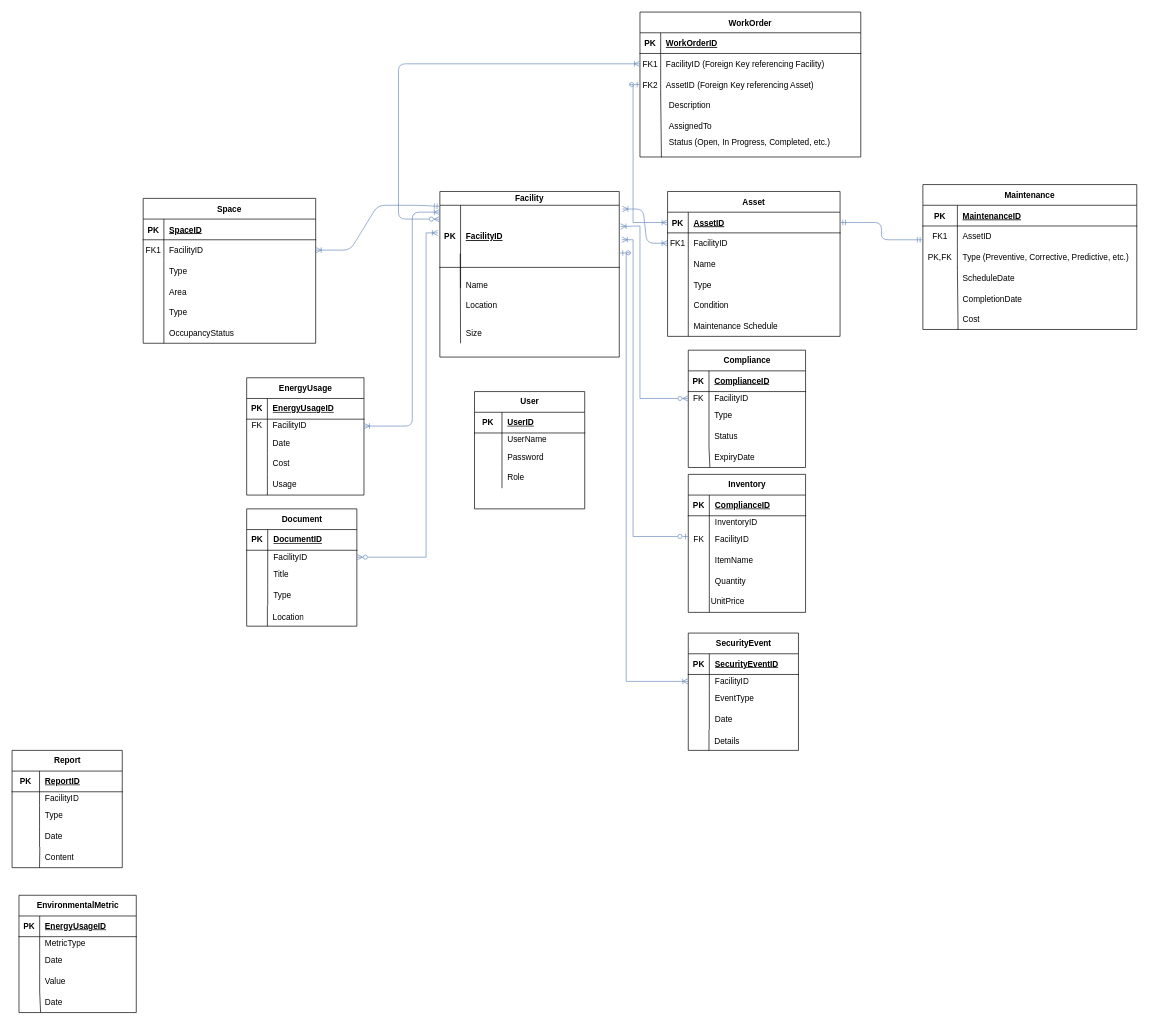
Above: Untitled Diagram.drawio in WaffleWallet14/SchemaERD (draw.io), before the change. Source tidied: cells renumbered, new cells numbered last; positions are measured from the earlier drawing's top-left corner, leaving out a move shared by most shapes. Both pictures are drawn from the tidied source at 69%, with x=0, y=0 at pixel (12, 12).
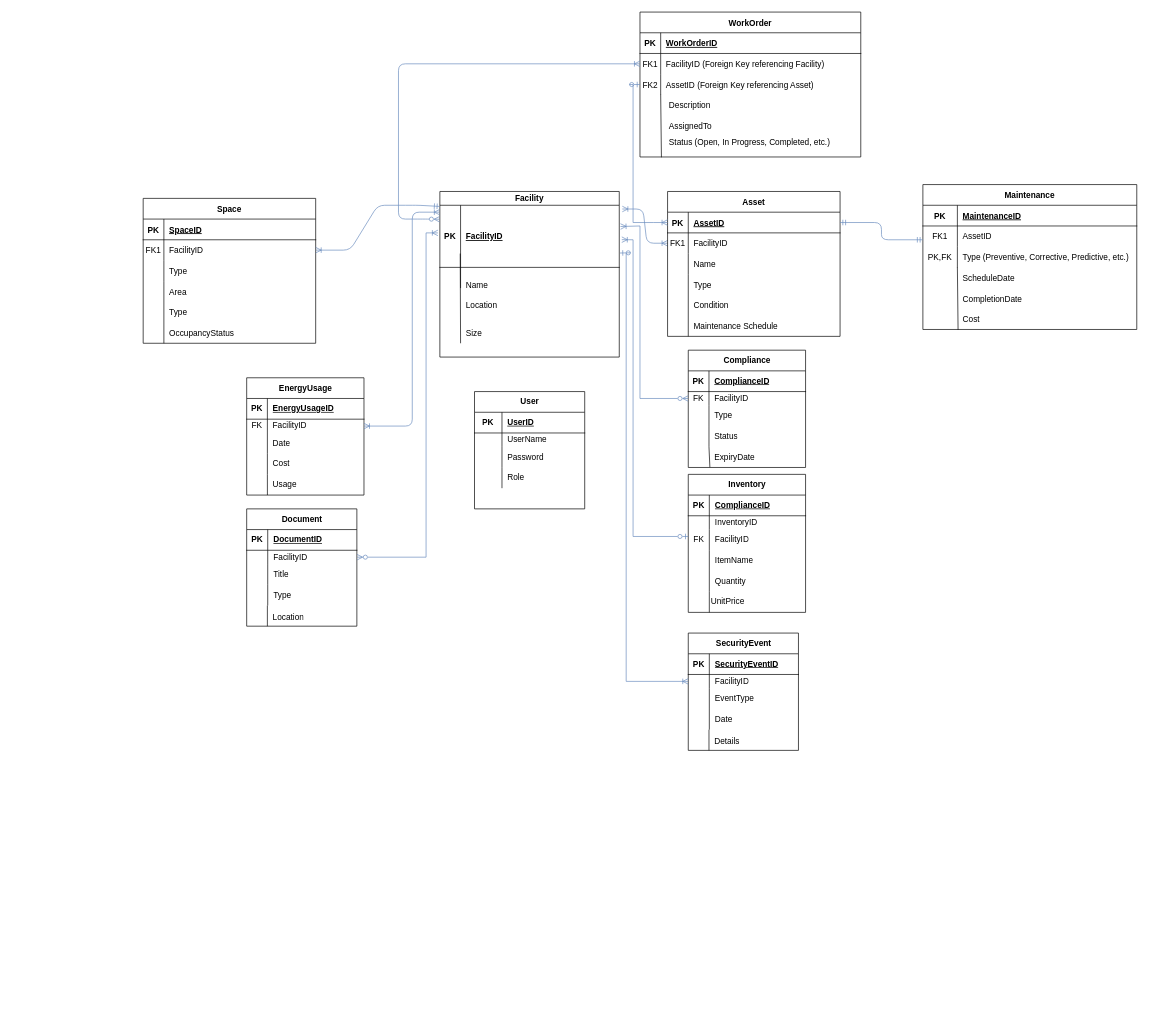
The same diagram, later.

Diff of the diagram source:
```diff
@@
-    <mxCell id="150" style="group;" parent="1" vertex="1">
-      <mxGeometry y="1070" width="169" height="170" as="geometry" />
-    </mxCell>
-    <mxCell id="151" value="Report" style="shape=table;startSize=30;childLayout=tableLayout;rowLines=0;fontStyle=1;align=center;html=1;" parent="150" vertex="1">
-      <mxGeometry width="159.7" height="170" as="geometry" />
-    </mxCell>
-    <mxCell id="152" style="shape=tableRow;horizontal=0;startSize=0;swimlaneHead=0;swimlaneBody=0;fillColor=none;top=0;left=0;right=0;bottom=1;" parent="151" vertex="1">
-      <mxGeometry y="30" width="159.7" height="30" as="geometry" />
-    </mxCell>
-    <mxCell id="153" value="PK" style="shape=partialRectangle;fillColor=none;top=0;left=0;bottom=0;right=0;fontStyle=1;overflow=hidden;whiteSpace=wrap;html=1;" parent="152" vertex="1">
-      <mxGeometry width="39.8" height="30" as="geometry" />
-    </mxCell>
-    <mxCell id="154" value="ReportID " style="shape=partialRectangle;fillColor=none;top=0;left=0;bottom=0;right=0;align=left;spacingLeft=6;fontStyle=5;overflow=hidden;whiteSpace=wrap;html=1;" parent="152" vertex="1">
-      <mxGeometry x="39.8" width="119.8" height="30" as="geometry" />
-    </mxCell>
-    <mxCell id="155" style="shape=tableRow;horizontal=0;startSize=0;swimlaneHead=0;swimlaneBody=0;fillColor=none;top=0;left=0;right=0;bottom=0;" parent="151" vertex="1">
-      <mxGeometry y="60" width="159.7" height="20" as="geometry" />
-    </mxCell>
-    <mxCell id="156" style="shape=partialRectangle;fillColor=none;top=0;left=0;bottom=0;right=0;overflow=hidden;whiteSpace=wrap;html=1;" parent="155" vertex="1">
-      <mxGeometry width="39.8" height="20" as="geometry" />
-    </mxCell>
-    <mxCell id="157" value="FacilityID " style="shape=partialRectangle;fillColor=none;top=0;left=0;bottom=0;right=0;align=left;spacingLeft=6;overflow=hidden;whiteSpace=wrap;html=1;" parent="155" vertex="1">
-      <mxGeometry x="39.8" width="119.8" height="20" as="geometry" />
-    </mxCell>
-    <mxCell id="158" style="shape=tableRow;horizontal=0;startSize=0;swimlaneHead=0;swimlaneBody=0;fillColor=none;top=0;left=0;right=0;bottom=0;" parent="151" vertex="1">
-      <mxGeometry y="80" width="159.7" height="30" as="geometry" />
-    </mxCell>
-    <mxCell id="159" style="shape=partialRectangle;fillColor=none;top=0;left=0;bottom=0;right=0;overflow=hidden;whiteSpace=wrap;html=1;" parent="158" vertex="1">
-      <mxGeometry width="39.8" height="30" as="geometry" />
-    </mxCell>
-    <mxCell id="160" value="Type" style="shape=partialRectangle;fillColor=none;top=0;left=0;bottom=0;right=0;align=left;spacingLeft=6;overflow=hidden;whiteSpace=wrap;html=1;" parent="158" vertex="1">
-      <mxGeometry x="39.8" width="119.8" height="30" as="geometry" />
-    </mxCell>
-    <mxCell id="161" style="shape=tableRow;horizontal=0;startSize=0;swimlaneHead=0;swimlaneBody=0;fillColor=none;top=0;left=0;right=0;bottom=0;" parent="151" vertex="1">
-      <mxGeometry y="110" width="159.7" height="30" as="geometry" />
-    </mxCell>
-    <mxCell id="162" style="shape=partialRectangle;fillColor=none;top=0;left=0;bottom=0;right=0;overflow=hidden;whiteSpace=wrap;html=1;" parent="161" vertex="1">
-      <mxGeometry width="39.8" height="30" as="geometry" />
-    </mxCell>
-    <mxCell id="163" value="Date" style="shape=partialRectangle;fillColor=none;top=0;left=0;bottom=0;right=0;align=left;spacingLeft=6;overflow=hidden;whiteSpace=wrap;html=1;" parent="161" vertex="1">
-      <mxGeometry x="39.8" width="119.8" height="30" as="geometry" />
-    </mxCell>
-    <mxCell id="164" value="Content" style="shape=partialRectangle;fillColor=none;top=0;left=0;bottom=0;right=0;align=left;spacingLeft=6;overflow=hidden;whiteSpace=wrap;html=1;" parent="150" vertex="1">
-      <mxGeometry x="39.8" y="140" width="129.2" height="30" as="geometry" />
-    </mxCell>
-    <mxCell id="165" style="endArrow=none;html=1;rounded=0;" parent="150" edge="1">
-      <mxGeometry relative="1" as="geometry">
-        <mxPoint x="39.8" y="170" as="sourcePoint" />
-        <mxPoint x="40.2" y="140" as="targetPoint" />
-      </mxGeometry>
-    </mxCell>
@@
-    <mxCell id="195" style="group;" parent="1" vertex="1">
-      <mxGeometry x="10" y="1280" width="181" height="170" as="geometry" />
-    </mxCell>
-    <mxCell id="196" value="EnvironmentalMetric" style="shape=table;startSize=30;childLayout=tableLayout;rowLines=0;fontStyle=1;align=center;html=1;" parent="195" vertex="1">
-      <mxGeometry width="170" height="170" as="geometry" />
-    </mxCell>
-    <mxCell id="197" style="shape=tableRow;horizontal=0;startSize=0;swimlaneHead=0;swimlaneBody=0;fillColor=none;top=0;left=0;right=0;bottom=1;" parent="196" vertex="1">
-      <mxGeometry y="30" width="170" height="30" as="geometry" />
-    </mxCell>
-    <mxCell id="198" value="PK" style="shape=partialRectangle;fillColor=none;top=0;left=0;bottom=0;right=0;fontStyle=1;overflow=hidden;whiteSpace=wrap;html=1;" parent="197" vertex="1">
-      <mxGeometry width="30" height="30" as="geometry" />
-    </mxCell>
-    <mxCell id="199" value="EnergyUsageID " style="shape=partialRectangle;fillColor=none;top=0;left=0;bottom=0;right=0;align=left;spacingLeft=6;fontStyle=5;overflow=hidden;whiteSpace=wrap;html=1;" parent="197" vertex="1">
-      <mxGeometry x="30" width="140" height="30" as="geometry" />
-    </mxCell>
-    <mxCell id="200" style="shape=tableRow;horizontal=0;startSize=0;swimlaneHead=0;swimlaneBody=0;fillColor=none;top=0;left=0;right=0;bottom=0;" parent="196" vertex="1">
-      <mxGeometry y="60" width="170" height="20" as="geometry" />
-    </mxCell>
-    <mxCell id="201" style="shape=partialRectangle;fillColor=none;top=0;left=0;bottom=0;right=0;overflow=hidden;whiteSpace=wrap;html=1;" parent="200" vertex="1">
-      <mxGeometry width="30" height="20" as="geometry" />
-    </mxCell>
-    <mxCell id="202" value="MetricType" style="shape=partialRectangle;fillColor=none;top=0;left=0;bottom=0;right=0;align=left;spacingLeft=6;overflow=hidden;whiteSpace=wrap;html=1;" parent="200" vertex="1">
-      <mxGeometry x="30" width="140" height="20" as="geometry" />
-    </mxCell>
-    <mxCell id="203" style="shape=tableRow;horizontal=0;startSize=0;swimlaneHead=0;swimlaneBody=0;fillColor=none;top=0;left=0;right=0;bottom=0;" parent="196" vertex="1">
-      <mxGeometry y="80" width="170" height="30" as="geometry" />
-    </mxCell>
-    <mxCell id="204" style="shape=partialRectangle;fillColor=none;top=0;left=0;bottom=0;right=0;overflow=hidden;whiteSpace=wrap;html=1;" parent="203" vertex="1">
-      <mxGeometry width="30" height="30" as="geometry" />
-    </mxCell>
-    <mxCell id="205" value="Date" style="shape=partialRectangle;fillColor=none;top=0;left=0;bottom=0;right=0;align=left;spacingLeft=6;overflow=hidden;whiteSpace=wrap;html=1;" parent="203" vertex="1">
-      <mxGeometry x="30" width="140" height="30" as="geometry" />
-    </mxCell>
-    <mxCell id="206" style="shape=tableRow;horizontal=0;startSize=0;swimlaneHead=0;swimlaneBody=0;fillColor=none;top=0;left=0;right=0;bottom=0;" parent="196" vertex="1">
-      <mxGeometry y="110" width="170" height="30" as="geometry" />
-    </mxCell>
-    <mxCell id="207" style="shape=partialRectangle;fillColor=none;top=0;left=0;bottom=0;right=0;overflow=hidden;whiteSpace=wrap;html=1;" parent="206" vertex="1">
-      <mxGeometry width="30" height="30" as="geometry" />
-    </mxCell>
-    <mxCell id="208" value="Value" style="shape=partialRectangle;fillColor=none;top=0;left=0;bottom=0;right=0;align=left;spacingLeft=6;overflow=hidden;whiteSpace=wrap;html=1;" parent="206" vertex="1">
-      <mxGeometry x="30" width="140" height="30" as="geometry" />
-    </mxCell>
-    <mxCell id="209" style="endArrow=none;html=1;rounded=0;entryX=0.173;entryY=0.989;entryDx=0;entryDy=0;entryPerimeter=0;" parent="195" edge="1" target="210">
-      <mxGeometry relative="1" as="geometry">
-        <mxPoint x="30" y="140" as="sourcePoint" />
-      </mxGeometry>
-    </mxCell>
-    <mxCell id="210" style="shape=tableRow;horizontal=0;startSize=0;swimlaneHead=0;swimlaneBody=0;fillColor=none;points=[[0,0.5],[1,0.5]];portConstraint=eastwest;top=0;left=0;right=0;bottom=0;" parent="195" vertex="1">
-      <mxGeometry y="140" width="181" height="30" as="geometry" />
-    </mxCell>
-    <mxCell id="211" style="shape=partialRectangle;fillColor=none;top=0;left=0;bottom=0;right=0;overflow=hidden;whiteSpace=wrap;html=1;" parent="210" vertex="1">
-      <mxGeometry width="30" height="30" as="geometry" />
-    </mxCell>
-    <mxCell id="212" value="Date" style="shape=partialRectangle;fillColor=none;top=0;left=0;bottom=0;right=0;align=left;spacingLeft=6;overflow=hidden;whiteSpace=wrap;html=1;" parent="210" vertex="1">
-      <mxGeometry x="30" width="151" height="30" as="geometry" />
-    </mxCell>
```
